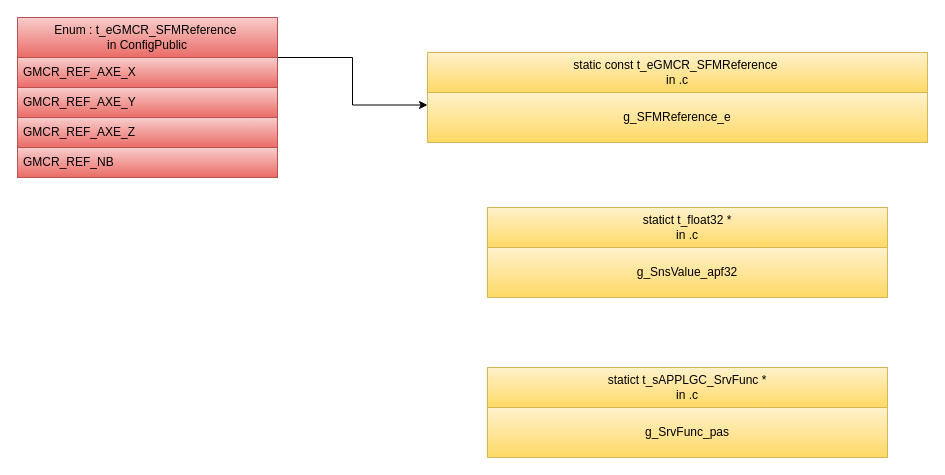
The draw.io diagram page "Type" (1 of 7) of src/3_APP/APP_LGC/Src/Agents/Gantry/Src/GantryMotionControl/GMCR/Doc/DesignGMCR.drawio in mbarbeau0545/PickersRobotPOC, before the edit. Source tidied: cells renumbered, new cells numbered last; positions are measured from the earlier drawing's top-left corner, leaving out a move shared by most shapes. Both pictures are drawn from the tidied source at 100%, with x=0, y=0 at pixel (17, 17).
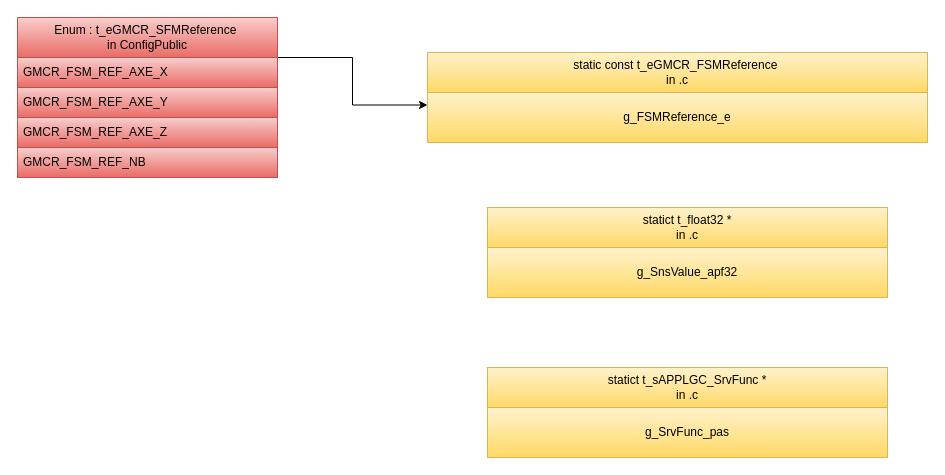
The same page after the edit.

The edit, as a diff of the source:
```diff
@@
 <mxGraphModel>
   <root>
     <mxCell id="0" />
     <mxCell id="1" parent="0" />
     <mxCell id="2" style="edgeStyle=orthogonalEdgeStyle;rounded=0;jettySize=auto;html=1;exitX=1;exitY=0.25;exitDx=0;exitDy=0;entryX=0;entryY=0.25;entryDx=0;entryDy=0;" parent="1" edge="1" source="3" target="11">
       <mxGeometry relative="1" as="geometry" />
     </mxCell>
     <mxCell id="3" value="Enum : t_eGMCR_SFMReference&amp;nbsp;&lt;div&gt;in ConfigPublic&lt;/div&gt;" style="swimlane;fontStyle=0;horizontal=1;startSize=40;whiteSpace=wrap;html=1;fillColor=#f8cecc;gradientColor=#ea6b66;strokeColor=#b85450;fontColor=#000000;" parent="1" vertex="1">
       <mxGeometry width="260" height="160" as="geometry" />
     </mxCell>
-    <mxCell id="4" value="GMCR_REF_AXE_X" style="text;strokeColor=#b85450;fillColor=#f8cecc;align=left;verticalAlign=middle;spacingLeft=4;spacingRight=4;overflow=hidden;whiteSpace=wrap;html=1;gradientColor=#ea6b66;fontColor=#000000;" parent="3" vertex="1">
+    <mxCell id="4" value="GMCR_FSM_REF_AXE_X" style="text;strokeColor=#b85450;fillColor=#f8cecc;align=left;verticalAlign=middle;spacingLeft=4;spacingRight=4;overflow=hidden;whiteSpace=wrap;html=1;gradientColor=#ea6b66;fontColor=#000000;" parent="3" vertex="1">
       <mxGeometry y="40" width="260" height="30" as="geometry" />
     </mxCell>
-    <mxCell id="5" value="GMCR_REF_AXE_Y" style="text;strokeColor=#b85450;fillColor=#f8cecc;align=left;verticalAlign=middle;spacingLeft=4;spacingRight=4;overflow=hidden;whiteSpace=wrap;html=1;gradientColor=#ea6b66;fontColor=#000000;" parent="3" vertex="1">
+    <mxCell id="5" value="GMCR_FSM_REF_AXE_Y" style="text;strokeColor=#b85450;fillColor=#f8cecc;align=left;verticalAlign=middle;spacingLeft=4;spacingRight=4;overflow=hidden;whiteSpace=wrap;html=1;gradientColor=#ea6b66;fontColor=#000000;" parent="3" vertex="1">
       <mxGeometry y="70" width="260" height="30" as="geometry" />
     </mxCell>
-    <mxCell id="6" value="GMCR_REF_AXE_Z" style="text;strokeColor=#b85450;fillColor=#f8cecc;align=left;verticalAlign=middle;spacingLeft=4;spacingRight=4;overflow=hidden;whiteSpace=wrap;html=1;gradientColor=#ea6b66;fontColor=#000000;" parent="3" vertex="1">
+    <mxCell id="6" value="GMCR_FSM_REF_AXE_Z" style="text;strokeColor=#b85450;fillColor=#f8cecc;align=left;verticalAlign=middle;spacingLeft=4;spacingRight=4;overflow=hidden;whiteSpace=wrap;html=1;gradientColor=#ea6b66;fontColor=#000000;" parent="3" vertex="1">
       <mxGeometry y="100" width="260" height="30" as="geometry" />
     </mxCell>
-    <mxCell id="7" value="GMCR_REF_NB" style="text;strokeColor=#b85450;fillColor=#f8cecc;align=left;verticalAlign=middle;spacingLeft=4;spacingRight=4;overflow=hidden;whiteSpace=wrap;html=1;gradientColor=#ea6b66;fontColor=#000000;" parent="3" vertex="1">
+    <mxCell id="7" value="GMCR_FSM_REF_NB" style="text;strokeColor=#b85450;fillColor=#f8cecc;align=left;verticalAlign=middle;spacingLeft=4;spacingRight=4;overflow=hidden;whiteSpace=wrap;html=1;gradientColor=#ea6b66;fontColor=#000000;" parent="3" vertex="1">
       <mxGeometry y="130" width="260" height="30" as="geometry" />
     </mxCell>
     <mxCell id="8" style="group;fontSize=12;" parent="1" vertex="1">
       <mxGeometry x="410" y="35" width="500" height="90" as="geometry" />
     </mxCell>
     <mxCell id="9" style="rounded=0;whiteSpace=wrap;html=1;fillColor=#fff2cc;gradientColor=#ffd966;strokeColor=#d6b656;fontColor=#000000;fontSize=12;" parent="8" vertex="1">
       <mxGeometry width="500" height="90" as="geometry" />
     </mxCell>
-    <mxCell id="10" value="static const t_eGMCR_SFMReference&amp;nbsp;&lt;div&gt;in .c&lt;/div&gt;" style="rounded=0;whiteSpace=wrap;html=1;fillColor=#fff2cc;gradientColor=#ffd966;strokeColor=#d6b656;fontColor=#000000;fontSize=12;" parent="8" vertex="1">
+    <mxCell id="10" value="static const t_eGMCR_FSMReference&amp;nbsp;&lt;div&gt;in .c&lt;/div&gt;" style="rounded=0;whiteSpace=wrap;html=1;fillColor=#fff2cc;gradientColor=#ffd966;strokeColor=#d6b656;fontColor=#000000;fontSize=12;" parent="8" vertex="1">
       <mxGeometry width="500" height="40" as="geometry" />
     </mxCell>
-    <mxCell id="11" value="&lt;div style=&quot;text-align: center; font-size: 12px;&quot;&gt;g_SFMReference_e&lt;/div&gt;" style="rounded=0;whiteSpace=wrap;html=1;fillColor=#fff2cc;gradientColor=#ffd966;strokeColor=#d6b656;fontColor=#000000;fontSize=12;" parent="8" vertex="1">
+    <mxCell id="11" value="&lt;div style=&quot;text-align: center; font-size: 12px;&quot;&gt;g_FSMReference_e&lt;/div&gt;" style="rounded=0;whiteSpace=wrap;html=1;fillColor=#fff2cc;gradientColor=#ffd966;strokeColor=#d6b656;fontColor=#000000;fontSize=12;" parent="8" vertex="1">
       <mxGeometry y="40" width="500" height="50" as="geometry" />
     </mxCell>
     <mxCell id="12" style="group;fontSize=12;" parent="1" vertex="1">
       <mxGeometry x="470" y="190" width="400" height="90" as="geometry" />
     </mxCell>
     <mxCell id="13" style="rounded=0;whiteSpace=wrap;html=1;fillColor=#fff2cc;gradientColor=#ffd966;strokeColor=#d6b656;fontColor=#000000;fontSize=12;" parent="12" vertex="1">
       <mxGeometry width="400" height="90" as="geometry" />
     </mxCell>
     <mxCell id="14" value="statict t_float32 *&lt;div&gt;in .c&lt;/div&gt;" style="rounded=0;whiteSpace=wrap;html=1;fillColor=#fff2cc;gradientColor=#ffd966;strokeColor=#d6b656;fontColor=#000000;fontSize=12;" parent="12" vertex="1">
       <mxGeometry width="400" height="40" as="geometry" />
     </mxCell>
     <mxCell id="15" value="&lt;div style=&quot;text-align: center; font-size: 12px;&quot;&gt;g_SnsValue_apf32&lt;/div&gt;" style="rounded=0;whiteSpace=wrap;html=1;fillColor=#fff2cc;gradientColor=#ffd966;strokeColor=#d6b656;fontColor=#000000;fontSize=12;" parent="12" vertex="1">
       <mxGeometry y="40" width="400" height="50" as="geometry" />
     </mxCell>
     <mxCell id="16" style="group;fontSize=12;" parent="1" vertex="1">
       <mxGeometry x="470" y="350" width="400" height="90" as="geometry" />
     </mxCell>
     <mxCell id="17" style="rounded=0;whiteSpace=wrap;html=1;fillColor=#fff2cc;gradientColor=#ffd966;strokeColor=#d6b656;fontColor=#000000;fontSize=12;" parent="16" vertex="1">
       <mxGeometry width="400" height="90" as="geometry" />
     </mxCell>
     <mxCell id="18" value="statict t_sAPPLGC_SrvFunc&amp;nbsp;*&lt;div&gt;in .c&lt;/div&gt;" style="rounded=0;whiteSpace=wrap;html=1;fillColor=#fff2cc;gradientColor=#ffd966;strokeColor=#d6b656;fontColor=#000000;fontSize=12;" parent="16" vertex="1">
       <mxGeometry width="400" height="40" as="geometry" />
     </mxCell>
     <mxCell id="19" value="&lt;div style=&quot;text-align: center; font-size: 12px;&quot;&gt;g_SrvFunc_pas&lt;/div&gt;" style="rounded=0;whiteSpace=wrap;html=1;fillColor=#fff2cc;gradientColor=#ffd966;strokeColor=#d6b656;fontColor=#000000;fontSize=12;" parent="16" vertex="1">
       <mxGeometry y="40" width="400" height="50" as="geometry" />
     </mxCell>
   </root>
 </mxGraphModel>
```
